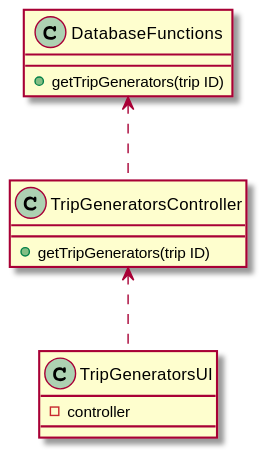
Before: docs/Sprint 4/US/US415/US415_CD.svg, a diagram exported from PlantUML (1190772/LAB-Project-3).
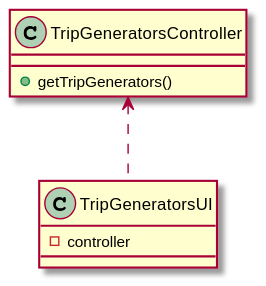
The same diagram one commit later.

Change to the diagram source:
```diff
@@ -5,14 +5,9 @@
 }
 
 class TripGeneratorsController {
-+ getTripGenerators(trip ID)
-}
-
-class DatabaseFunctions {
-+ getTripGenerators(trip ID)
++ getTripGenerators()
 }
 
 TripGeneratorsController <.. TripGeneratorsUI
-DatabaseFunctions <.. TripGeneratorsController
 
 @enduml
```
